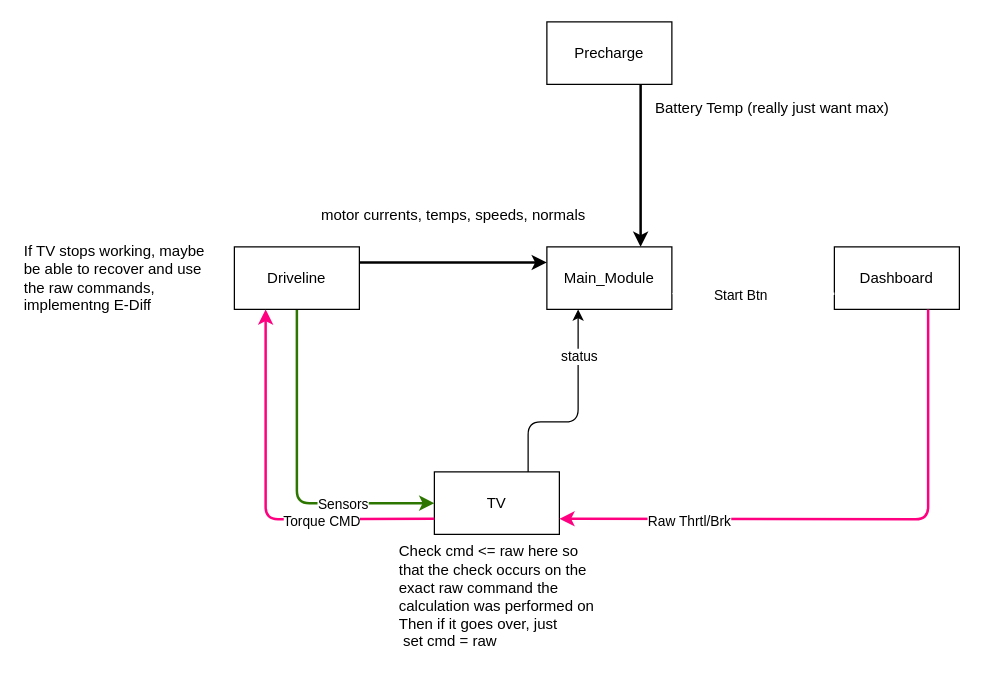
The draw.io diagram page "Page-1" (1 of 2) of main_flow.drawio in PurdueElectricRacing/firmware, before the edit. Source tidied: cells renumbered, new cells numbered last; positions are measured from the earlier drawing's top-left corner, leaving out a move shared by most shapes. Both pictures are drawn from the tidied source at 125%, with x=0, y=0 at pixel (21, 21).
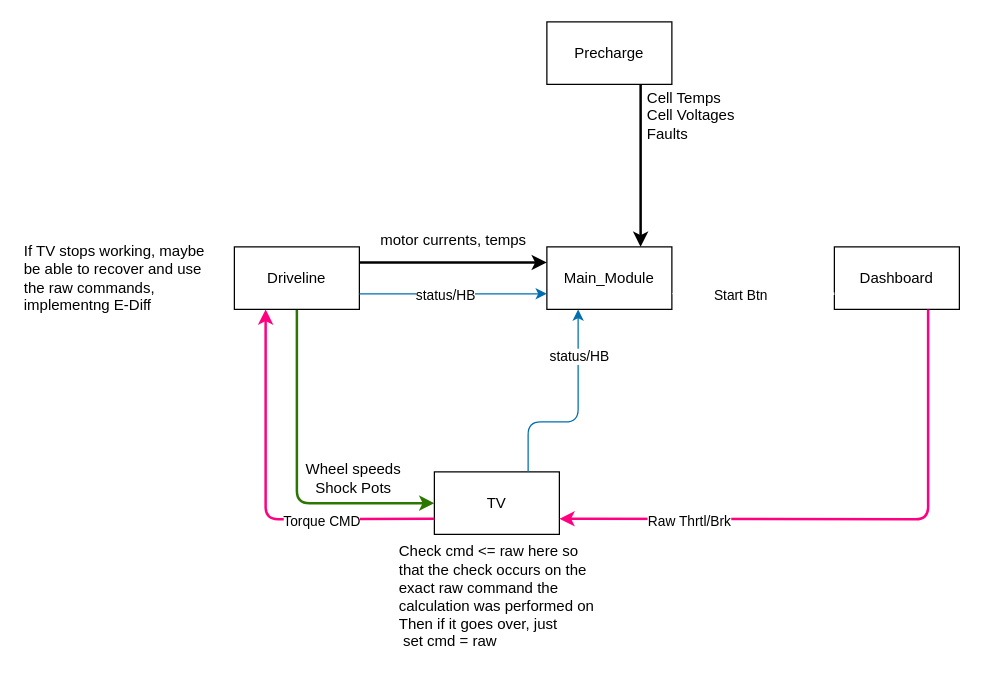
Above is the later version.

Unchanged cells that the change refers to:
```xml
<mxCell id="2" value="Main_Module" style="rounded=0;whiteSpace=wrap;html=1;" parent="1" vertex="1">
  <mxGeometry x="420" y="180" width="100" height="50" as="geometry" />
</mxCell>
<mxCell id="3" value="TV" style="rounded=0;whiteSpace=wrap;html=1;" parent="1" vertex="1">
  <mxGeometry x="330" y="360" width="100" height="50" as="geometry" />
</mxCell>
<mxCell id="4" style="edgeStyle=none;html=1;entryX=0;entryY=0.5;entryDx=0;entryDy=0;fillColor=#60a917;strokeColor=#2D7600;strokeWidth=2;" parent="1" edge="1" source="6" target="3">
  <mxGeometry relative="1" as="geometry">
    <Array as="points">
      <mxPoint x="220" y="385" />
    </Array>
  </mxGeometry>
</mxCell>
<mxCell id="6" value="Driveline" style="rounded=0;whiteSpace=wrap;html=1;" parent="1" vertex="1">
  <mxGeometry x="170" y="180" width="100" height="50" as="geometry" />
</mxCell>
```

Diff of the diagram source:
```diff
@@
-    <mxCell id="5" value="Sensors" style="edgeLabel;html=1;align=center;verticalAlign=middle;" parent="4" vertex="1">
-      <mxGeometry x="0.44" relative="1" as="geometry" />
-    </mxCell>
@@
-    <mxCell id="18" value="&lt;font style=&quot;font-size: 12px&quot;&gt;Battery Temp (really just want max)&lt;/font&gt;" style="text;html=1;align=center;verticalAlign=middle;strokeColor=none;fillColor=none;fontSize=20;" parent="1" vertex="1">
-      <mxGeometry x="500" y="50" width="200" height="30" as="geometry" />
-    </mxCell>
@@
-    <mxCell id="20" value="motor currents, temps, speeds, normals" style="text;html=1;align=center;verticalAlign=middle;strokeColor=none;fillColor=none;fontSize=12;" parent="1" vertex="1">
-      <mxGeometry x="230" y="145" width="230" height="20" as="geometry" />
+    <mxCell id="20" value="motor currents, temps" style="text;html=1;align=center;verticalAlign=middle;strokeColor=none;fillColor=none;fontSize=12;" parent="1" vertex="1">
+      <mxGeometry x="280" y="165" width="130" height="20" as="geometry" />
     </mxCell>
-    <mxCell id="21" style="endArrow=classic;html=1;exitX=0.75;exitY=0;exitDx=0;exitDy=0;entryX=0.25;entryY=1;entryDx=0;entryDy=0;" parent="1" edge="1" source="3" target="2">
+    <mxCell id="21" style="endArrow=classic;html=1;exitX=0.75;exitY=0;exitDx=0;exitDy=0;entryX=0.25;entryY=1;entryDx=0;entryDy=0;fillColor=#1ba1e2;strokeColor=#006EAF;" parent="1" edge="1" source="3" target="2">
       <mxGeometry relative="1" as="geometry">
         <Array as="points">
           <mxPoint x="405" y="320" />
           <mxPoint x="445" y="320" />
         </Array>
       </mxGeometry>
     </mxCell>
-    <mxCell id="22" value="status" style="edgeLabel;html=1;align=center;verticalAlign=middle;" parent="21" vertex="1">
+    <mxCell id="22" value="status/HB" style="edgeLabel;html=1;align=center;verticalAlign=middle;" parent="21" vertex="1">
       <mxGeometry x="0.56" relative="1" as="geometry" />
     </mxCell>
+    <mxCell id="23" value="Wheel speeds&lt;br&gt;Shock Pots" style="text;html=1;align=center;verticalAlign=middle;strokeColor=none;fillColor=none;" parent="1" vertex="1">
+      <mxGeometry x="220" y="350" width="90" height="30" as="geometry" />
+    </mxCell>
+    <mxCell id="24" value="&lt;div style=&quot;text-align: left&quot;&gt;&lt;span&gt;Cell Temps&lt;/span&gt;&lt;/div&gt;&lt;div style=&quot;text-align: left&quot;&gt;&lt;span&gt;Cell Voltages&lt;/span&gt;&lt;/div&gt;&lt;div style=&quot;text-align: left&quot;&gt;&lt;span&gt;Faults&lt;/span&gt;&lt;/div&gt;" style="text;html=1;align=center;verticalAlign=middle;strokeColor=none;fillColor=none;" parent="1" vertex="1">
+      <mxGeometry x="490" y="50" width="90" height="50" as="geometry" />
+    </mxCell>
+    <mxCell id="25" style="endArrow=classic;html=1;fillColor=#1ba1e2;strokeColor=#006EAF;entryX=0;entryY=0.75;entryDx=0;entryDy=0;exitX=1;exitY=0.75;exitDx=0;exitDy=0;" parent="1" edge="1" source="6" target="2">
+      <mxGeometry relative="1" as="geometry" />
+    </mxCell>
+    <mxCell id="26" value="status/HB" style="edgeLabel;html=1;align=center;verticalAlign=middle;" parent="25" vertex="1">
+      <mxGeometry x="-0.1" y="-1" relative="1" as="geometry" />
+    </mxCell>
```
